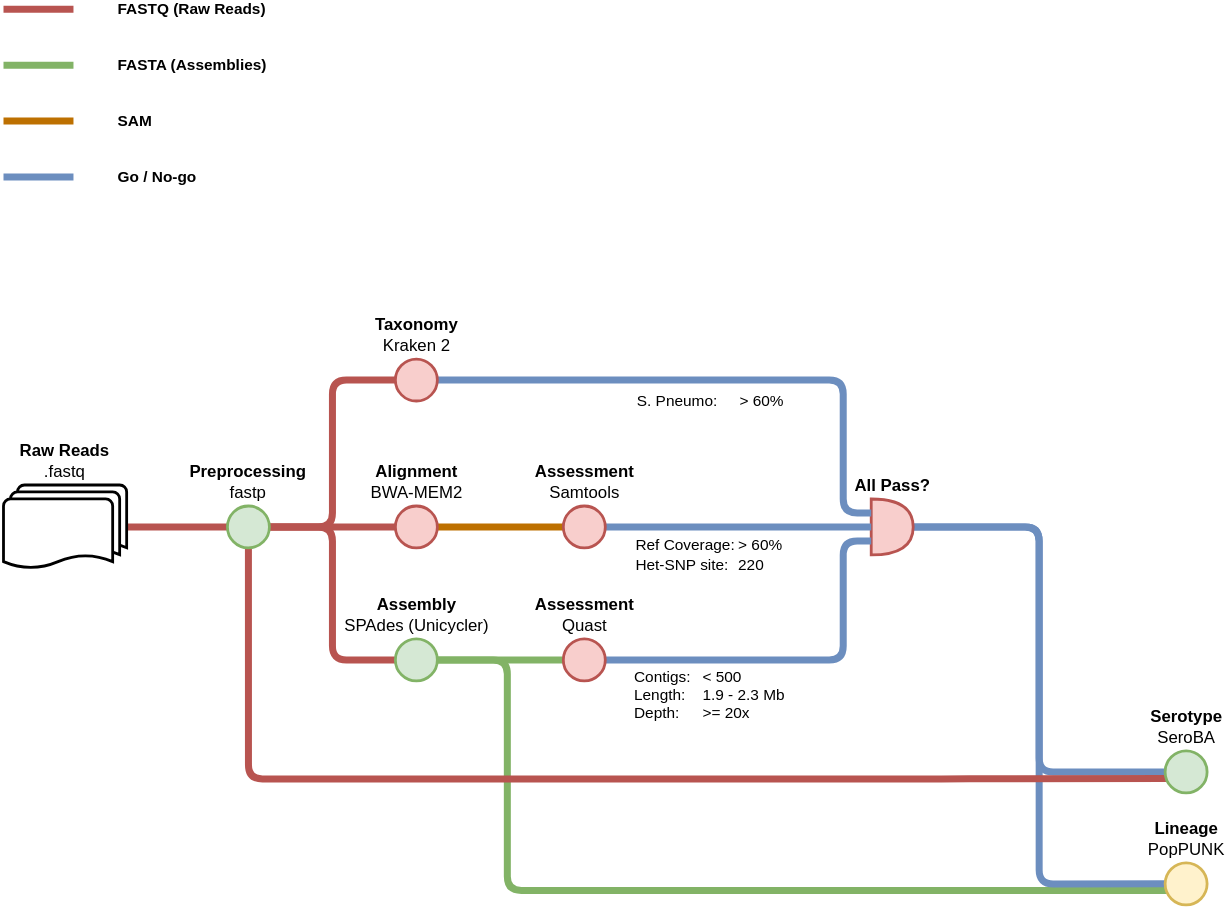
Above: doc/workflow.drawio.svg in sanger-bentley-group/gps-pipeline (draw.io), before the change. Source tidied: cells renumbered, new cells last; positions are measured from the earlier drawing's top-left corner, leaving out a move shared by most shapes.
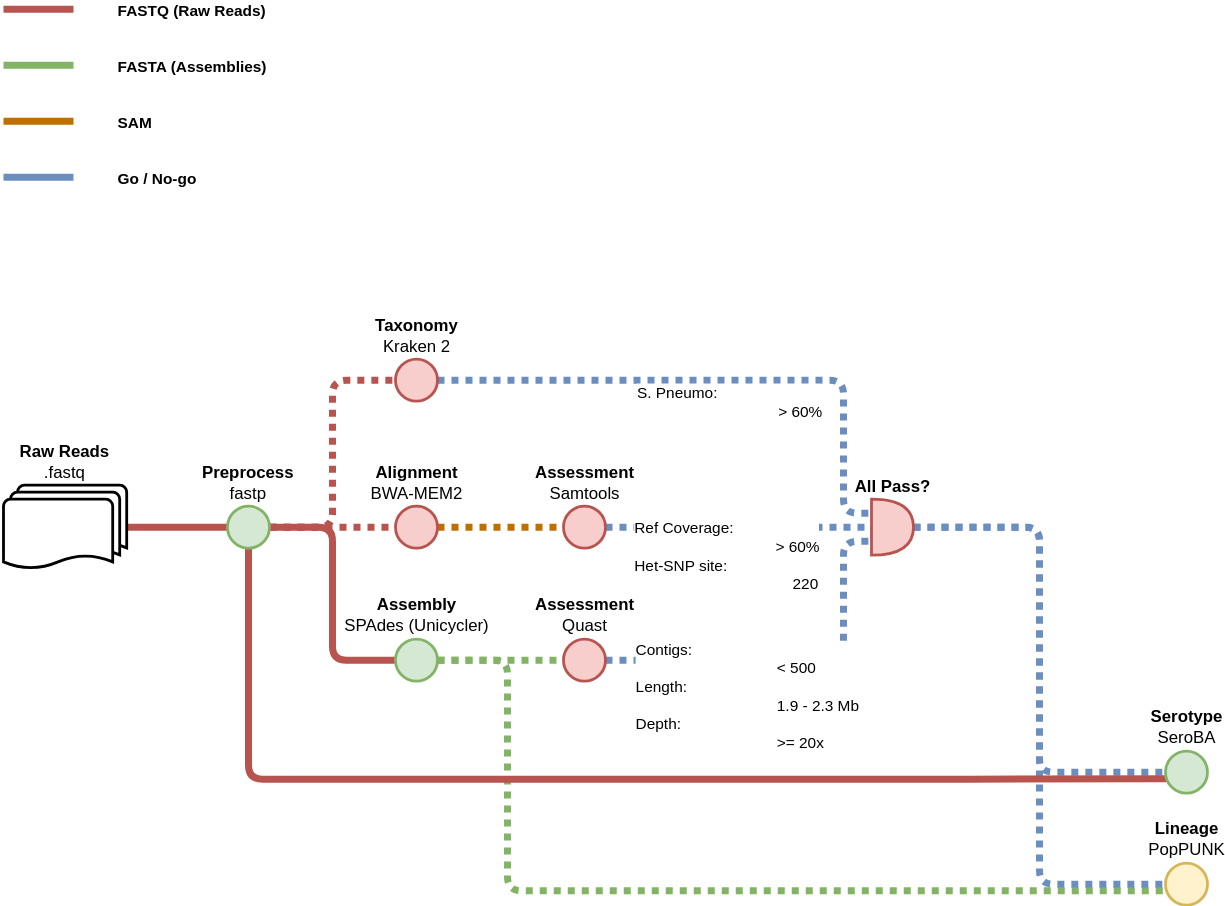
The same file after the commit.

The edit, as a diff of the source:
```diff
@@ -11,10 +11,10 @@
     <mxCell id="4" style="edgeStyle=orthogonalEdgeStyle;jettySize=auto;html=1;entryX=0;entryY=0.5;entryDx=0;entryDy=0;strokeWidth=5;startArrow=none;startFill=0;endArrow=none;endFill=0;fillColor=#f8cecc;strokeColor=#b85450;rounded=1;" parent="1" edge="1" source="35" target="11">
       <mxGeometry relative="1" as="geometry" />
     </mxCell>
-    <mxCell id="5" style="edgeStyle=orthogonalEdgeStyle;rounded=1;jettySize=auto;html=1;strokeWidth=5;startArrow=none;startFill=0;endArrow=none;endFill=0;fillColor=#f8cecc;strokeColor=#b85450;" parent="1" edge="1" source="35" target="13">
+    <mxCell id="5" style="edgeStyle=orthogonalEdgeStyle;rounded=1;jettySize=auto;html=1;strokeWidth=5;startArrow=none;startFill=0;endArrow=none;endFill=0;fillColor=#f8cecc;strokeColor=#b85450;dashed=1;dashPattern=1 1;" parent="1" edge="1" source="35" target="13">
       <mxGeometry relative="1" as="geometry" />
     </mxCell>
-    <mxCell id="6" style="edgeStyle=orthogonalEdgeStyle;rounded=1;jettySize=auto;html=1;entryX=0;entryY=0.5;entryDx=0;entryDy=0;strokeWidth=5;startArrow=none;startFill=0;endArrow=none;endFill=0;fillColor=#f8cecc;strokeColor=#b85450;" parent="1" edge="1" source="35" target="19">
+    <mxCell id="6" style="edgeStyle=orthogonalEdgeStyle;rounded=1;jettySize=auto;html=1;entryX=0;entryY=0.5;entryDx=0;entryDy=0;strokeWidth=5;startArrow=none;startFill=0;endArrow=none;endFill=0;fillColor=#f8cecc;strokeColor=#b85450;dashed=1;dashPattern=1 1;" parent="1" edge="1" source="35" target="19">
       <mxGeometry relative="1" as="geometry" />
     </mxCell>
     <mxCell id="7" style="endArrow=none;html=1;rounded=0;strokeWidth=5;fillColor=#f8cecc;strokeColor=#b85450;" parent="1" edge="1">
@@ -28,10 +28,10 @@
         <mxPoint x="45" as="offset" />
       </mxGeometry>
     </mxCell>
-    <mxCell id="9" style="edgeStyle=orthogonalEdgeStyle;rounded=1;jettySize=auto;html=1;entryX=0;entryY=0.5;entryDx=0;entryDy=0;strokeWidth=5;startArrow=none;startFill=0;endArrow=none;endFill=0;fillColor=#d5e8d4;strokeColor=#82b366;" parent="1" edge="1" source="11" target="22">
+    <mxCell id="9" style="edgeStyle=orthogonalEdgeStyle;rounded=1;jettySize=auto;html=1;entryX=0;entryY=0.5;entryDx=0;entryDy=0;strokeWidth=5;startArrow=none;startFill=0;endArrow=none;endFill=0;fillColor=#d5e8d4;strokeColor=#82b366;dashed=1;dashPattern=1 1;" parent="1" edge="1" source="11" target="22">
       <mxGeometry relative="1" as="geometry" />
     </mxCell>
-    <mxCell id="10" style="edgeStyle=orthogonalEdgeStyle;rounded=1;jettySize=auto;html=1;entryX=0.053;entryY=0.657;entryDx=0;entryDy=0;entryPerimeter=0;strokeWidth=5;startArrow=none;startFill=0;endArrow=none;endFill=0;startSize=20;fillColor=#d5e8d4;strokeColor=#82b366;" parent="1" edge="1" source="11" target="32">
+    <mxCell id="10" style="edgeStyle=orthogonalEdgeStyle;rounded=1;jettySize=auto;html=1;entryX=0.053;entryY=0.657;entryDx=0;entryDy=0;entryPerimeter=0;strokeWidth=5;startArrow=none;startFill=0;endArrow=none;endFill=0;startSize=20;fillColor=#d5e8d4;strokeColor=#82b366;dashed=1;dashPattern=1 1;" parent="1" edge="1" source="11" target="32">
       <mxGeometry relative="1" as="geometry">
         <Array as="points">
           <mxPoint x="360" y="465" />
@@ -42,22 +42,22 @@
     <mxCell id="11" value="&lt;b&gt;Assembly&lt;/b&gt;&lt;br&gt;SPAdes (Unicycler)" style="ellipse;html=1;strokeWidth=2;labelPosition=center;verticalLabelPosition=top;align=center;verticalAlign=bottom;fillColor=#d5e8d4;strokeColor=#82b366;" parent="1" vertex="1">
       <mxGeometry x="280" y="450" width="30" height="30" as="geometry" />
     </mxCell>
-    <mxCell id="12" style="edgeStyle=orthogonalEdgeStyle;rounded=1;jettySize=auto;html=1;entryX=0;entryY=0.5;entryDx=0;entryDy=0;strokeWidth=5;startArrow=none;startFill=0;endArrow=none;endFill=0;startSize=20;fillColor=#f0a30a;strokeColor=#BD7000;" parent="1" edge="1" source="13" target="29">
+    <mxCell id="12" style="edgeStyle=orthogonalEdgeStyle;rounded=1;jettySize=auto;html=1;entryX=0;entryY=0.5;entryDx=0;entryDy=0;strokeWidth=5;startArrow=none;startFill=0;endArrow=none;endFill=0;startSize=20;fillColor=#f0a30a;strokeColor=#BD7000;dashed=1;dashPattern=1 1;" parent="1" edge="1" source="13" target="29">
       <mxGeometry relative="1" as="geometry" />
     </mxCell>
     <mxCell id="13" value="&lt;b&gt;Alignment&lt;/b&gt;&lt;br&gt;BWA-MEM2" style="ellipse;html=1;strokeWidth=2;labelPosition=center;verticalLabelPosition=top;align=center;verticalAlign=bottom;fillColor=#f8cecc;strokeColor=#b85450;" parent="1" vertex="1">
       <mxGeometry x="280" y="355" width="30" height="30" as="geometry" />
     </mxCell>
-    <mxCell id="14" style="edgeStyle=orthogonalEdgeStyle;rounded=1;jettySize=auto;html=1;strokeWidth=5;startArrow=none;startFill=0;endArrow=none;endFill=0;fillColor=#dae8fc;strokeColor=#6c8ebf;entryX=0;entryY=0.5;entryDx=0;entryDy=0;" parent="1" edge="1" source="16" target="34">
+    <mxCell id="14" style="edgeStyle=orthogonalEdgeStyle;rounded=1;jettySize=auto;html=1;strokeWidth=5;startArrow=none;startFill=0;endArrow=none;endFill=0;fillColor=#dae8fc;strokeColor=#6c8ebf;entryX=0;entryY=0.5;entryDx=0;entryDy=0;dashed=1;dashPattern=1 1;" parent="1" edge="1" source="16" target="34">
       <mxGeometry relative="1" as="geometry" />
     </mxCell>
-    <mxCell id="15" style="edgeStyle=orthogonalEdgeStyle;rounded=1;jettySize=auto;html=1;entryX=0;entryY=0.5;entryDx=0;entryDy=0;strokeWidth=5;startArrow=none;startFill=0;endArrow=none;endFill=0;startSize=20;fillColor=#dae8fc;strokeColor=#6c8ebf;" parent="1" edge="1" source="16" target="32">
+    <mxCell id="15" style="edgeStyle=orthogonalEdgeStyle;rounded=1;jettySize=auto;html=1;entryX=0;entryY=0.5;entryDx=0;entryDy=0;strokeWidth=5;startArrow=none;startFill=0;endArrow=none;endFill=0;startSize=20;fillColor=#dae8fc;strokeColor=#6c8ebf;dashed=1;dashPattern=1 1;" parent="1" edge="1" source="16" target="32">
       <mxGeometry relative="1" as="geometry" />
     </mxCell>
     <mxCell id="16" value="&lt;b&gt;All Pass?&lt;/b&gt;" style="shape=or;html=1;strokeWidth=2;labelPosition=center;verticalLabelPosition=top;align=center;verticalAlign=bottom;fillColor=#f8cecc;strokeColor=#b85450;" parent="1" vertex="1">
       <mxGeometry x="620" y="350" width="30" height="40" as="geometry" />
     </mxCell>
-    <mxCell id="17" style="edgeStyle=orthogonalEdgeStyle;rounded=1;jettySize=auto;html=1;entryX=0;entryY=0.25;entryDx=0;entryDy=0;entryPerimeter=0;strokeWidth=5;startArrow=none;startFill=0;endArrow=none;endFill=0;startSize=20;fillColor=#dae8fc;strokeColor=#6c8ebf;" parent="1" edge="1" source="19" target="16">
+    <mxCell id="17" style="edgeStyle=orthogonalEdgeStyle;rounded=1;jettySize=auto;html=1;entryX=0;entryY=0.25;entryDx=0;entryDy=0;entryPerimeter=0;strokeWidth=5;startArrow=none;startFill=0;endArrow=none;endFill=0;startSize=20;fillColor=#dae8fc;strokeColor=#6c8ebf;dashed=1;dashPattern=1 1;" parent="1" edge="1" source="19" target="16">
       <mxGeometry relative="1" as="geometry">
         <Array as="points">
           <mxPoint x="600" y="265" />
@@ -73,7 +73,7 @@
     <mxCell id="19" value="&lt;div&gt;&lt;b&gt;Taxonomy&lt;/b&gt;&lt;/div&gt;&lt;div&gt;Kraken 2&lt;/div&gt;" style="ellipse;html=1;strokeWidth=2;labelPosition=center;verticalLabelPosition=top;align=center;verticalAlign=bottom;fillColor=#f8cecc;strokeColor=#b85450;" parent="1" vertex="1">
       <mxGeometry x="280" y="250" width="30" height="30" as="geometry" />
     </mxCell>
-    <mxCell id="20" style="edgeStyle=orthogonalEdgeStyle;rounded=1;jettySize=auto;html=1;entryX=0;entryY=0.75;entryDx=0;entryDy=0;entryPerimeter=0;strokeWidth=5;startArrow=none;startFill=0;endArrow=none;endFill=0;startSize=20;fillColor=#dae8fc;strokeColor=#6c8ebf;" parent="1" edge="1" source="22" target="16">
+    <mxCell id="20" style="edgeStyle=orthogonalEdgeStyle;rounded=1;jettySize=auto;html=1;entryX=0;entryY=0.75;entryDx=0;entryDy=0;entryPerimeter=0;strokeWidth=5;startArrow=none;startFill=0;endArrow=none;endFill=0;startSize=20;fillColor=#dae8fc;strokeColor=#6c8ebf;dashed=1;dashPattern=1 1;" parent="1" edge="1" source="22" target="16">
       <mxGeometry relative="1" as="geometry">
         <Array as="points">
           <mxPoint x="600" y="465" />
@@ -111,7 +111,7 @@
         <mxPoint x="45" as="offset" />
       </mxGeometry>
     </mxCell>
-    <mxCell id="27" style="edgeStyle=orthogonalEdgeStyle;rounded=1;jettySize=auto;html=1;entryX=0;entryY=0.5;entryDx=0;entryDy=0;entryPerimeter=0;strokeWidth=5;startArrow=none;startFill=0;endArrow=none;endFill=0;startSize=20;fillColor=#dae8fc;strokeColor=#6c8ebf;" parent="1" edge="1" source="29" target="16">
+    <mxCell id="27" style="edgeStyle=orthogonalEdgeStyle;rounded=1;jettySize=auto;html=1;entryX=0;entryY=0.5;entryDx=0;entryDy=0;entryPerimeter=0;strokeWidth=5;startArrow=none;startFill=0;endArrow=none;endFill=0;startSize=20;fillColor=#dae8fc;strokeColor=#6c8ebf;dashed=1;dashPattern=1 1;" parent="1" edge="1" source="29" target="16">
       <mxGeometry relative="1" as="geometry" />
     </mxCell>
     <mxCell id="28" value="Ref Coverage:&lt;span style=&quot;white-space: pre;&quot;&gt;&#9;&lt;/span&gt;&amp;gt; 60%&lt;br&gt;&lt;div style=&quot;&quot;&gt;Het-SNP site:&lt;span style=&quot;white-space: pre;&quot;&gt;&#9;&lt;/span&gt;220&lt;/div&gt;" style="edgeLabel;html=1;align=left;verticalAlign=middle;" parent="27" vertex="1">
@@ -147,7 +147,7 @@
     <mxCell id="34" value="&lt;b&gt;Serotype&lt;/b&gt;&lt;br&gt;SeroBA" style="ellipse;html=1;strokeWidth=2;labelPosition=center;verticalLabelPosition=top;align=center;verticalAlign=bottom;fillColor=#d5e8d4;strokeColor=#82b366;" parent="1" vertex="1">
       <mxGeometry x="830" y="530" width="30" height="30" as="geometry" />
     </mxCell>
-    <mxCell id="35" value="&lt;b&gt;Preprocessing&lt;/b&gt;&lt;br&gt;fastp" style="ellipse;whiteSpace=wrap;html=1;strokeWidth=2;labelPosition=center;verticalLabelPosition=top;align=center;verticalAlign=bottom;fillColor=#d5e8d4;strokeColor=#82b366;" parent="1" vertex="1">
+    <mxCell id="35" value="&lt;b&gt;Preprocess&lt;/b&gt;&lt;br&gt;fastp" style="ellipse;whiteSpace=wrap;html=1;strokeWidth=2;labelPosition=center;verticalLabelPosition=top;align=center;verticalAlign=bottom;fillColor=#d5e8d4;strokeColor=#82b366;" parent="1" vertex="1">
       <mxGeometry x="160" y="355" width="30" height="30" as="geometry" />
     </mxCell>
   </root>
```
